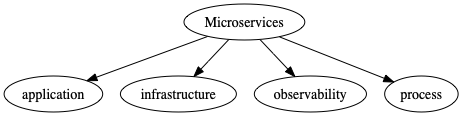
The Graphviz diagram images/microservices-roadmap.gv.png in emmanuelneri/microservices-roadmap, before a commit. Its source is kept beside it as images/microservices-roadmap.gv. Its diagram source:
```dot
digraph {
	microservices [label=Microservices]
	microservices -> application
	microservices -> infrastructure
	microservices -> observability
	microservices -> process
}
```
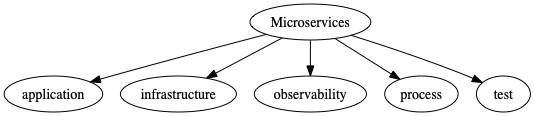
After the change.

Change to the diagram source:
```diff
@@ -4,4 +4,5 @@
 	microservices -> infrastructure
 	microservices -> observability
 	microservices -> process
+	microservices -> test
 }
```
